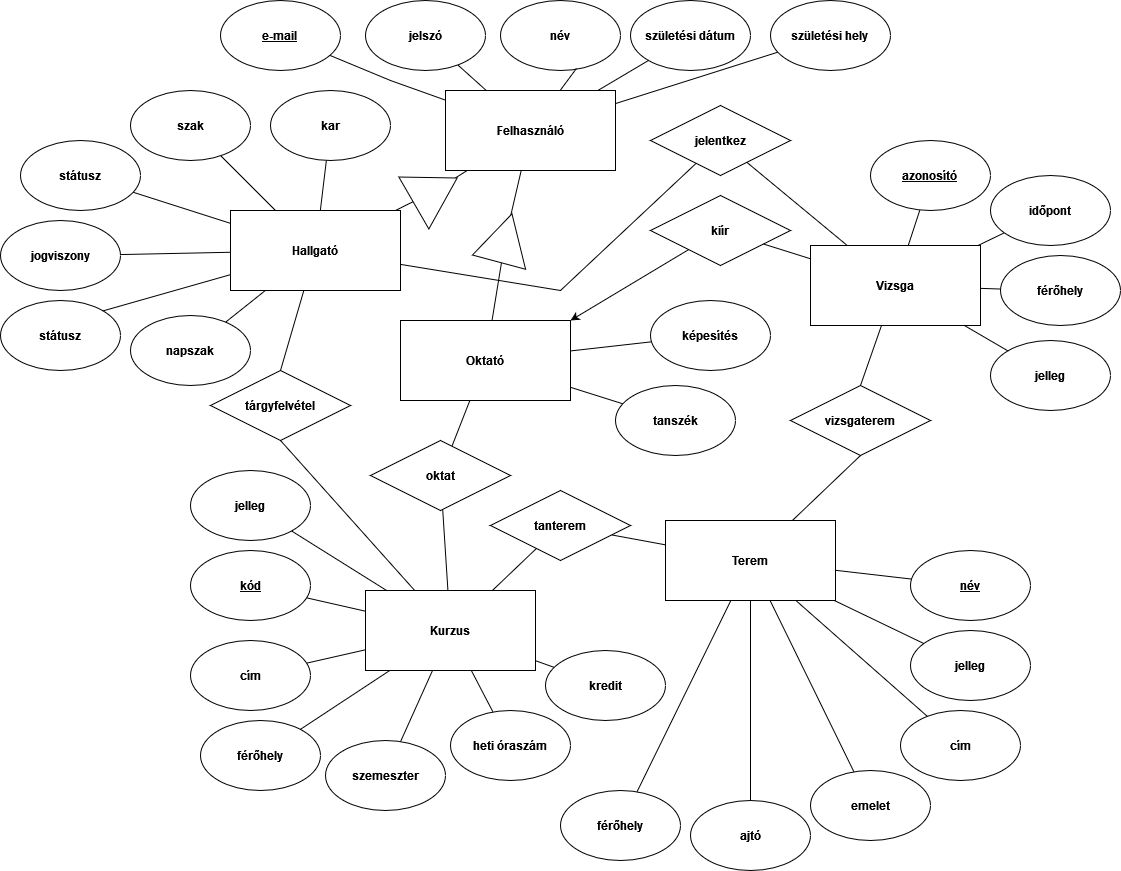
farkasp1050/banana keeps this draw.io diagram as M1/ETK.png. Above is the earlier version. Source tidied: cells renumbered, new cells last; positions are measured from the earlier drawing's top-left corner, leaving out a move shared by most shapes.
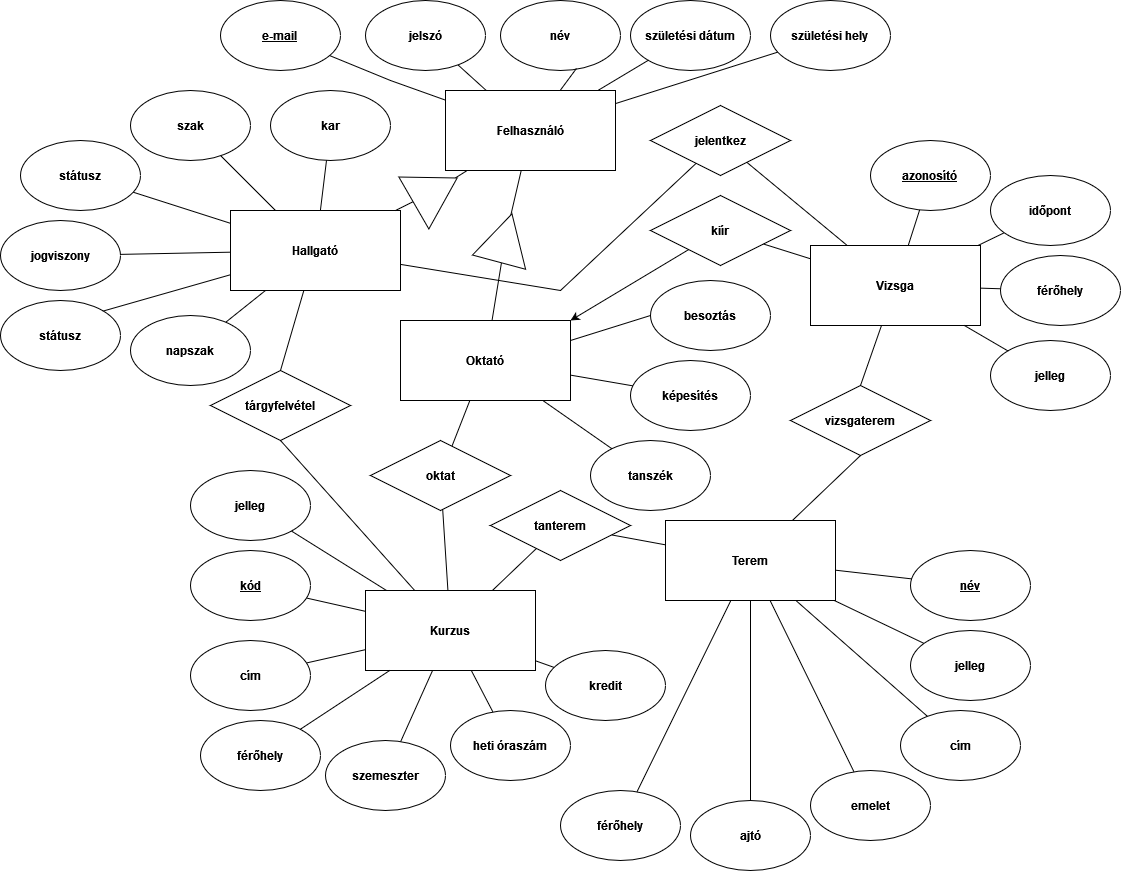
Later version of the same file.

Commit message:
ETK diagram végleges-végleges.

What changed in the source:
```diff
@@ -250,13 +250,13 @@
       <mxGeometry relative="1" as="geometry" />
     </mxCell>
     <mxCell id="83" value="&lt;b&gt;képesítés&lt;/b&gt;" style="ellipse;whiteSpace=wrap;html=1;" parent="1" vertex="1">
-      <mxGeometry x="650" y="300" width="120" height="70" as="geometry" />
+      <mxGeometry x="630" y="360" width="120" height="70" as="geometry" />
     </mxCell>
     <mxCell id="84" style="endArrow=none;html=1;rounded=0;" parent="1" edge="1" source="47" target="83">
       <mxGeometry relative="1" as="geometry" />
     </mxCell>
     <mxCell id="85" value="&lt;b&gt;tanszék&lt;/b&gt;" style="ellipse;whiteSpace=wrap;html=1;" parent="1" vertex="1">
-      <mxGeometry x="615" y="385" width="120" height="70" as="geometry" />
+      <mxGeometry x="590" y="440" width="120" height="70" as="geometry" />
     </mxCell>
     <mxCell id="86" style="endArrow=none;html=1;rounded=0;" parent="1" edge="1" source="47" target="85">
       <mxGeometry relative="1" as="geometry" />
@@ -280,5 +280,11 @@
     <mxCell id="91" style="endArrow=none;html=1;rounded=0;" parent="1" edge="1" source="46" target="90">
       <mxGeometry relative="1" as="geometry" />
     </mxCell>
+    <mxCell id="92" value="&lt;b&gt;besoztás&lt;/b&gt;" style="ellipse;whiteSpace=wrap;html=1;" parent="1" vertex="1">
+      <mxGeometry x="650" y="280" width="120" height="70" as="geometry" />
+    </mxCell>
+    <mxCell id="93" style="endArrow=none;html=1;rounded=0;exitX=1;exitY=0.25;exitDx=0;exitDy=0;entryX=0;entryY=0.5;entryDx=0;entryDy=0;" parent="1" edge="1" source="47" target="92">
+      <mxGeometry relative="1" as="geometry" />
+    </mxCell>
   </root>
 </mxGraphModel>
```
